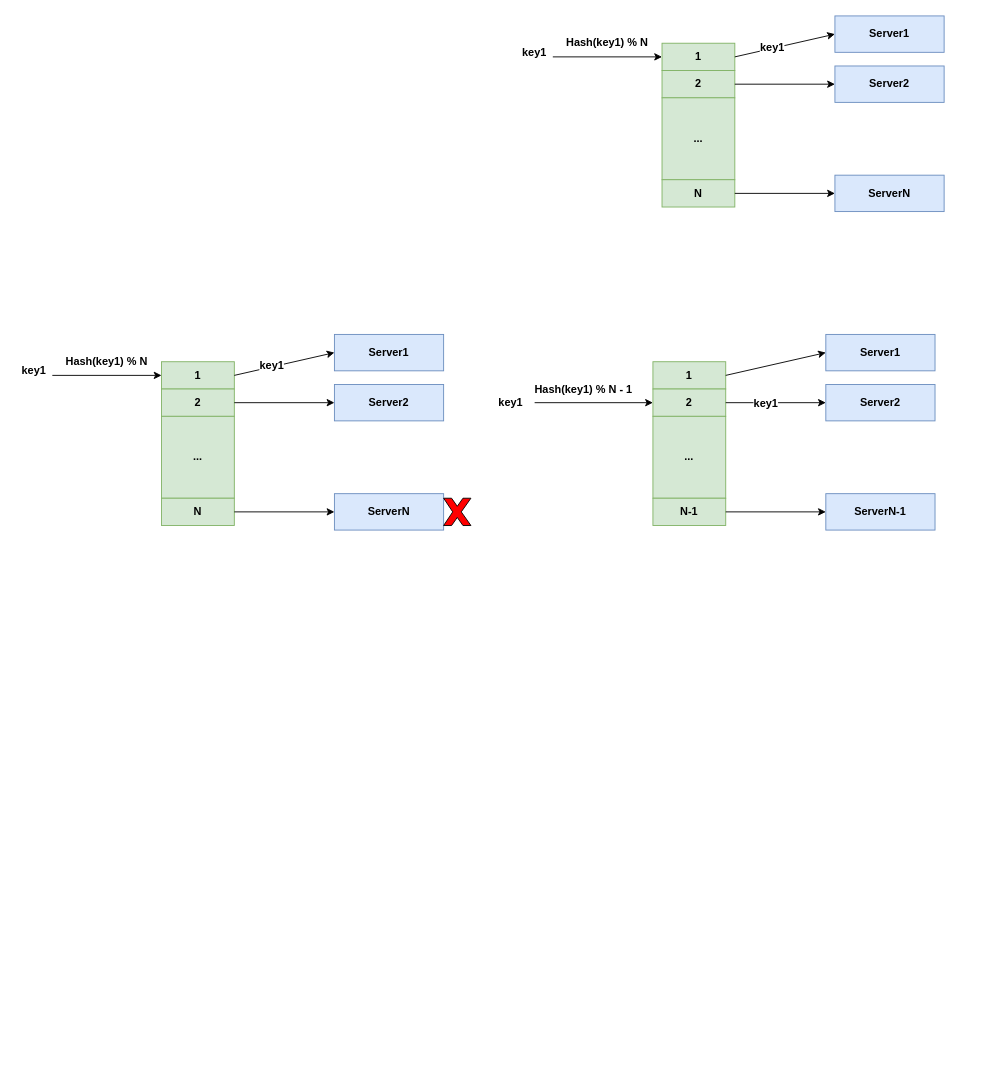
Before: consistent_hash.drawio in walkerdu/draw_io, a draw.io diagram. Source tidied: cells renumbered, new cells numbered last; positions are measured from the earlier drawing's top-left corner, leaving out a move shared by most shapes. Both pictures are drawn from the tidied source at 91%, with x=0, y=0 at pixel (15, 15). Pictures stored in the file or linked from it are replaced by grey dashed boxes.
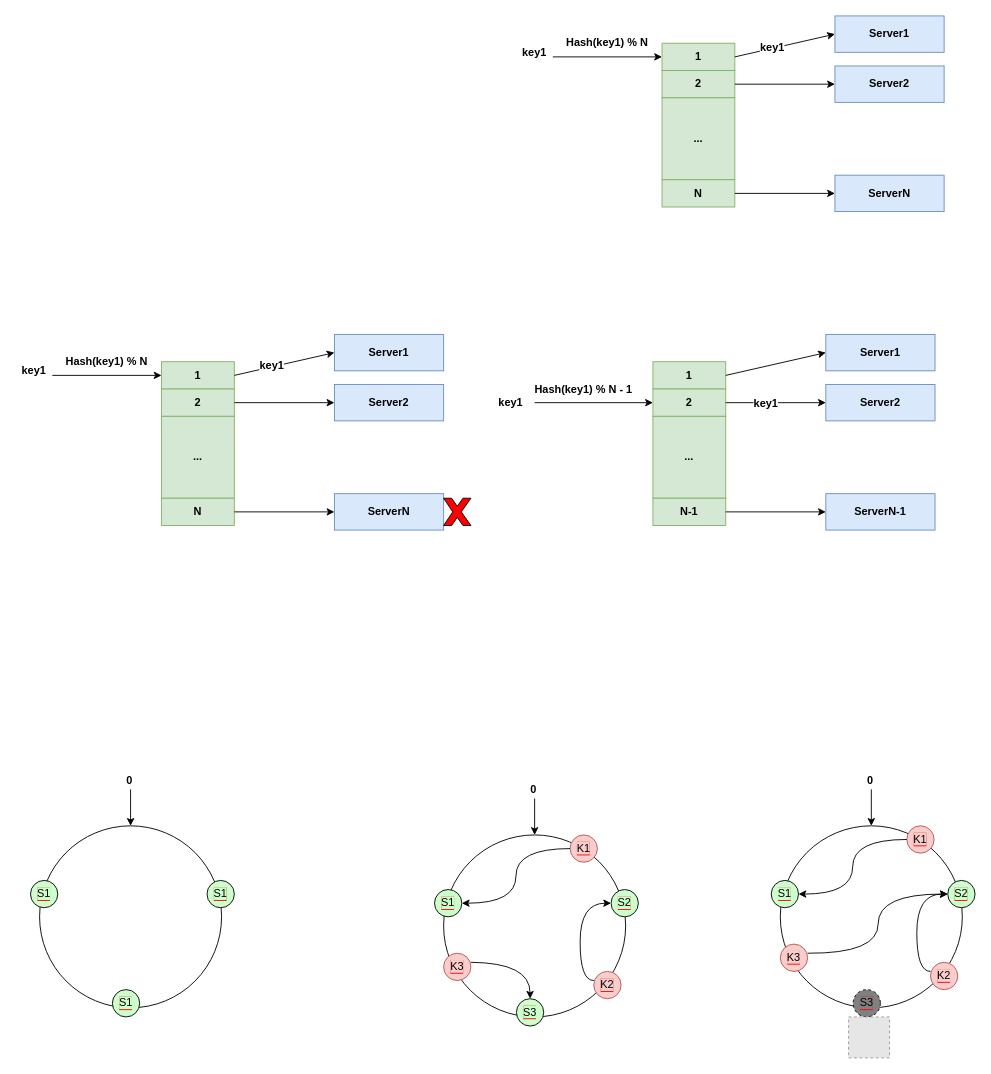
After the change.

What changed in the source:
```diff
@@
+    <mxCell id="45" style="ellipse;whiteSpace=wrap;html=1;shadow=0;labelBackgroundColor=#FF0000;strokeColor=#000000;fillColor=none;fontColor=#FF0000;" parent="1" vertex="1">
+      <mxGeometry x="470" y="900" width="200" height="200" as="geometry" />
+    </mxCell>
+    <mxCell id="46" style="endArrow=classic;html=1;fontColor=#FF0000;entryX=0.5;entryY=0;entryDx=0;entryDy=0;" parent="1" edge="1" target="45">
+      <mxGeometry relative="1" as="geometry">
+        <mxPoint x="570" y="860" as="sourcePoint" />
+      </mxGeometry>
+    </mxCell>
+    <mxCell id="47" value="&lt;font color=&quot;#000000&quot; style=&quot;background-color: rgb(204 , 255 , 204)&quot;&gt;S2&lt;/font&gt;" style="ellipse;whiteSpace=wrap;html=1;shadow=0;labelBackgroundColor=#FF0000;strokeColor=#000000;fillColor=#CCFFCC;fontColor=#FF0000;gradientColor=none;" parent="1" vertex="1">
+      <mxGeometry x="654" y="960" width="30" height="30" as="geometry" />
+    </mxCell>
+    <mxCell id="48" value="&lt;font color=&quot;#000000&quot; style=&quot;background-color: rgb(204 , 255 , 204)&quot;&gt;S3&lt;/font&gt;" style="ellipse;whiteSpace=wrap;html=1;shadow=0;labelBackgroundColor=#FF0000;strokeColor=#000000;fillColor=#CCFFCC;fontColor=#FF0000;gradientColor=none;" parent="1" vertex="1">
+      <mxGeometry x="550" y="1080" width="30" height="30" as="geometry" />
+    </mxCell>
+    <mxCell id="49" value="&lt;font color=&quot;#000000&quot; style=&quot;background-color: rgb(204 , 255 , 204)&quot;&gt;S1&lt;/font&gt;" style="ellipse;whiteSpace=wrap;html=1;shadow=0;labelBackgroundColor=#FF0000;strokeColor=#000000;fillColor=#CCFFCC;fontColor=#FF0000;gradientColor=none;" parent="1" vertex="1">
+      <mxGeometry x="460" y="960" width="30" height="30" as="geometry" />
+    </mxCell>
+    <mxCell id="50" value="0" style="text;html=1;strokeColor=none;fillColor=none;align=center;verticalAlign=middle;whiteSpace=wrap;rounded=0;fontStyle=1;" parent="1" vertex="1">
+      <mxGeometry x="559" y="840" width="20" height="20" as="geometry" />
+    </mxCell>
+    <mxCell id="51" style="ellipse;whiteSpace=wrap;html=1;shadow=0;labelBackgroundColor=#FF0000;strokeColor=#000000;fillColor=none;fontColor=#FF0000;" parent="1" vertex="1">
+      <mxGeometry x="26" y="890" width="200" height="200" as="geometry" />
+    </mxCell>
+    <mxCell id="52" style="endArrow=classic;html=1;fontColor=#FF0000;entryX=0.5;entryY=0;entryDx=0;entryDy=0;" parent="1" edge="1" target="51">
+      <mxGeometry relative="1" as="geometry">
+        <mxPoint x="126" y="850" as="sourcePoint" />
+      </mxGeometry>
+    </mxCell>
+    <mxCell id="53" value="&lt;font color=&quot;#000000&quot; style=&quot;background-color: rgb(204 , 255 , 204)&quot;&gt;S1&lt;/font&gt;" style="ellipse;whiteSpace=wrap;html=1;shadow=0;labelBackgroundColor=#FF0000;strokeColor=#000000;fillColor=#CCFFCC;fontColor=#FF0000;gradientColor=none;" parent="1" vertex="1">
+      <mxGeometry x="210" y="950" width="30" height="30" as="geometry" />
+    </mxCell>
+    <mxCell id="54" value="&lt;font color=&quot;#000000&quot; style=&quot;background-color: rgb(204 , 255 , 204)&quot;&gt;S1&lt;/font&gt;" style="ellipse;whiteSpace=wrap;html=1;shadow=0;labelBackgroundColor=#FF0000;strokeColor=#000000;fillColor=#CCFFCC;fontColor=#FF0000;gradientColor=none;" parent="1" vertex="1">
+      <mxGeometry x="106" y="1070" width="30" height="30" as="geometry" />
+    </mxCell>
+    <mxCell id="55" value="&lt;font color=&quot;#000000&quot; style=&quot;background-color: rgb(204 , 255 , 204)&quot;&gt;S1&lt;/font&gt;" style="ellipse;whiteSpace=wrap;html=1;shadow=0;labelBackgroundColor=#FF0000;strokeColor=#000000;fillColor=#CCFFCC;fontColor=#FF0000;gradientColor=none;" parent="1" vertex="1">
+      <mxGeometry x="16" y="950" width="30" height="30" as="geometry" />
+    </mxCell>
+    <mxCell id="56" value="0" style="text;html=1;strokeColor=none;fillColor=none;align=center;verticalAlign=middle;whiteSpace=wrap;rounded=0;fontStyle=1;" parent="1" vertex="1">
+      <mxGeometry x="115" y="830" width="20" height="20" as="geometry" />
+    </mxCell>
+    <mxCell id="57" value="&lt;font color=&quot;#000000&quot; style=&quot;background-color: rgb(248 , 206 , 204)&quot;&gt;K1&lt;/font&gt;" style="ellipse;whiteSpace=wrap;html=1;shadow=0;labelBackgroundColor=#FF0000;strokeColor=#b85450;fillColor=#f8cecc;" parent="1" vertex="1">
+      <mxGeometry x="609" y="900" width="30" height="30" as="geometry" />
+    </mxCell>
+    <mxCell id="58" value="&lt;font color=&quot;#000000&quot; style=&quot;background-color: rgb(248 , 206 , 204)&quot;&gt;K2&lt;/font&gt;" style="ellipse;whiteSpace=wrap;html=1;shadow=0;labelBackgroundColor=#FF0000;strokeColor=#b85450;fillColor=#f8cecc;" parent="1" vertex="1">
+      <mxGeometry x="635" y="1050" width="30" height="30" as="geometry" />
+    </mxCell>
+    <mxCell id="59" style="endArrow=classic;html=1;fontColor=#FF0000;edgeStyle=orthogonalEdgeStyle;curved=1;entryX=1;entryY=0.5;entryDx=0;entryDy=0;exitX=0;exitY=0.5;exitDx=0;exitDy=0;" parent="1" edge="1" source="57" target="49">
+      <mxGeometry relative="1" as="geometry" />
+    </mxCell>
+    <mxCell id="60" style="endArrow=classic;html=1;fontColor=#FF0000;edgeStyle=orthogonalEdgeStyle;curved=1;entryX=0;entryY=0.5;entryDx=0;entryDy=0;" parent="1" edge="1" target="47">
+      <mxGeometry relative="1" as="geometry">
+        <mxPoint x="635" y="1060" as="sourcePoint" />
+        <Array as="points">
+          <mxPoint x="620" y="1060" />
+          <mxPoint x="620" y="975" />
+        </Array>
+      </mxGeometry>
+    </mxCell>
+    <mxCell id="61" value="&lt;font color=&quot;#000000&quot; style=&quot;background-color: rgb(248 , 206 , 204)&quot;&gt;K3&lt;/font&gt;" style="ellipse;whiteSpace=wrap;html=1;shadow=0;labelBackgroundColor=#FF0000;strokeColor=#b85450;fillColor=#f8cecc;" parent="1" vertex="1">
+      <mxGeometry x="470" y="1030" width="30" height="30" as="geometry" />
+    </mxCell>
+    <mxCell id="62" style="endArrow=classic;html=1;fontColor=#FF0000;edgeStyle=orthogonalEdgeStyle;curved=1;entryX=0.5;entryY=0;entryDx=0;entryDy=0;" parent="1" edge="1" target="48">
+      <mxGeometry relative="1" as="geometry">
+        <mxPoint x="500" y="1040" as="sourcePoint" />
+      </mxGeometry>
+    </mxCell>
+    <mxCell id="63" style="ellipse;whiteSpace=wrap;html=1;shadow=0;labelBackgroundColor=#FF0000;strokeColor=#000000;fillColor=none;fontColor=#FF0000;" parent="1" vertex="1">
+      <mxGeometry x="840" y="890" width="200" height="200" as="geometry" />
+    </mxCell>
+    <mxCell id="64" style="endArrow=classic;html=1;fontColor=#FF0000;entryX=0.5;entryY=0;entryDx=0;entryDy=0;" parent="1" edge="1" target="63">
+      <mxGeometry relative="1" as="geometry">
+        <mxPoint x="940" y="850" as="sourcePoint" />
+      </mxGeometry>
+    </mxCell>
+    <mxCell id="65" value="&lt;font color=&quot;#000000&quot; style=&quot;background-color: rgb(204 , 255 , 204)&quot;&gt;S2&lt;/font&gt;" style="ellipse;whiteSpace=wrap;html=1;shadow=0;labelBackgroundColor=#FF0000;strokeColor=#000000;fillColor=#CCFFCC;fontColor=#FF0000;gradientColor=none;" parent="1" vertex="1">
+      <mxGeometry x="1024" y="950" width="30" height="30" as="geometry" />
+    </mxCell>
+    <mxCell id="66" value="&lt;font color=&quot;#000000&quot; style=&quot;background-color: rgb(128 , 128 , 128)&quot;&gt;S3&lt;/font&gt;" style="ellipse;whiteSpace=wrap;html=1;shadow=0;labelBackgroundColor=#FF0000;strokeColor=#000000;fillColor=#808080;fontColor=#FF0000;gradientColor=none;dashed=1;" parent="1" vertex="1">
+      <mxGeometry x="920" y="1070" width="30" height="30" as="geometry" />
+    </mxCell>
+    <mxCell id="67" value="&lt;font color=&quot;#000000&quot; style=&quot;background-color: rgb(204 , 255 , 204)&quot;&gt;S1&lt;/font&gt;" style="ellipse;whiteSpace=wrap;html=1;shadow=0;labelBackgroundColor=#FF0000;strokeColor=#000000;fillColor=#CCFFCC;fontColor=#FF0000;gradientColor=none;" parent="1" vertex="1">
+      <mxGeometry x="830" y="950" width="30" height="30" as="geometry" />
+    </mxCell>
+    <mxCell id="68" value="0" style="text;html=1;strokeColor=none;fillColor=none;align=center;verticalAlign=middle;whiteSpace=wrap;rounded=0;fontStyle=1;" parent="1" vertex="1">
+      <mxGeometry x="929" y="830" width="20" height="20" as="geometry" />
+    </mxCell>
+    <mxCell id="69" value="&lt;font color=&quot;#000000&quot; style=&quot;background-color: rgb(248 , 206 , 204)&quot;&gt;K1&lt;/font&gt;" style="ellipse;whiteSpace=wrap;html=1;shadow=0;labelBackgroundColor=#FF0000;strokeColor=#b85450;fillColor=#f8cecc;" parent="1" vertex="1">
+      <mxGeometry x="979" y="890" width="30" height="30" as="geometry" />
+    </mxCell>
+    <mxCell id="70" value="&lt;font color=&quot;#000000&quot; style=&quot;background-color: rgb(248 , 206 , 204)&quot;&gt;K2&lt;/font&gt;" style="ellipse;whiteSpace=wrap;html=1;shadow=0;labelBackgroundColor=#FF0000;strokeColor=#b85450;fillColor=#f8cecc;" parent="1" vertex="1">
+      <mxGeometry x="1005" y="1040" width="30" height="30" as="geometry" />
+    </mxCell>
+    <mxCell id="71" style="endArrow=classic;html=1;fontColor=#FF0000;edgeStyle=orthogonalEdgeStyle;curved=1;entryX=1;entryY=0.5;entryDx=0;entryDy=0;exitX=0;exitY=0.5;exitDx=0;exitDy=0;" parent="1" edge="1" source="69" target="67">
+      <mxGeometry relative="1" as="geometry" />
+    </mxCell>
+    <mxCell id="72" style="endArrow=classic;html=1;fontColor=#FF0000;edgeStyle=orthogonalEdgeStyle;curved=1;entryX=0;entryY=0.5;entryDx=0;entryDy=0;" parent="1" edge="1" target="65">
+      <mxGeometry relative="1" as="geometry">
+        <mxPoint x="1005" y="1050" as="sourcePoint" />
+        <Array as="points">
+          <mxPoint x="990" y="1050" />
+          <mxPoint x="990" y="965" />
+        </Array>
+      </mxGeometry>
+    </mxCell>
+    <mxCell id="73" value="&lt;font color=&quot;#000000&quot; style=&quot;background-color: rgb(248 , 206 , 204)&quot;&gt;K3&lt;/font&gt;" style="ellipse;whiteSpace=wrap;html=1;shadow=0;labelBackgroundColor=#FF0000;strokeColor=#b85450;fillColor=#f8cecc;" parent="1" vertex="1">
+      <mxGeometry x="840" y="1020" width="30" height="30" as="geometry" />
+    </mxCell>
+    <mxCell id="74" style="endArrow=classic;html=1;fontColor=#FF0000;edgeStyle=orthogonalEdgeStyle;curved=1;entryX=0;entryY=0.5;entryDx=0;entryDy=0;" parent="1" edge="1" target="65">
+      <mxGeometry relative="1" as="geometry">
+        <mxPoint x="870" y="1030" as="sourcePoint" />
+      </mxGeometry>
+    </mxCell>
+    <mxCell id="75" style="fillColor=#E6E6E6;strokeColor=#999999;dashed=1;html=1;verticalAlign=top;verticalLabelPosition=bottom;labelBackgroundColor=#ffffff;fontColor=#FF0000;" parent="1" vertex="1">
+      <mxGeometry x="915" y="1100" width="45" height="45" as="geometry" />
+    </mxCell>
```
